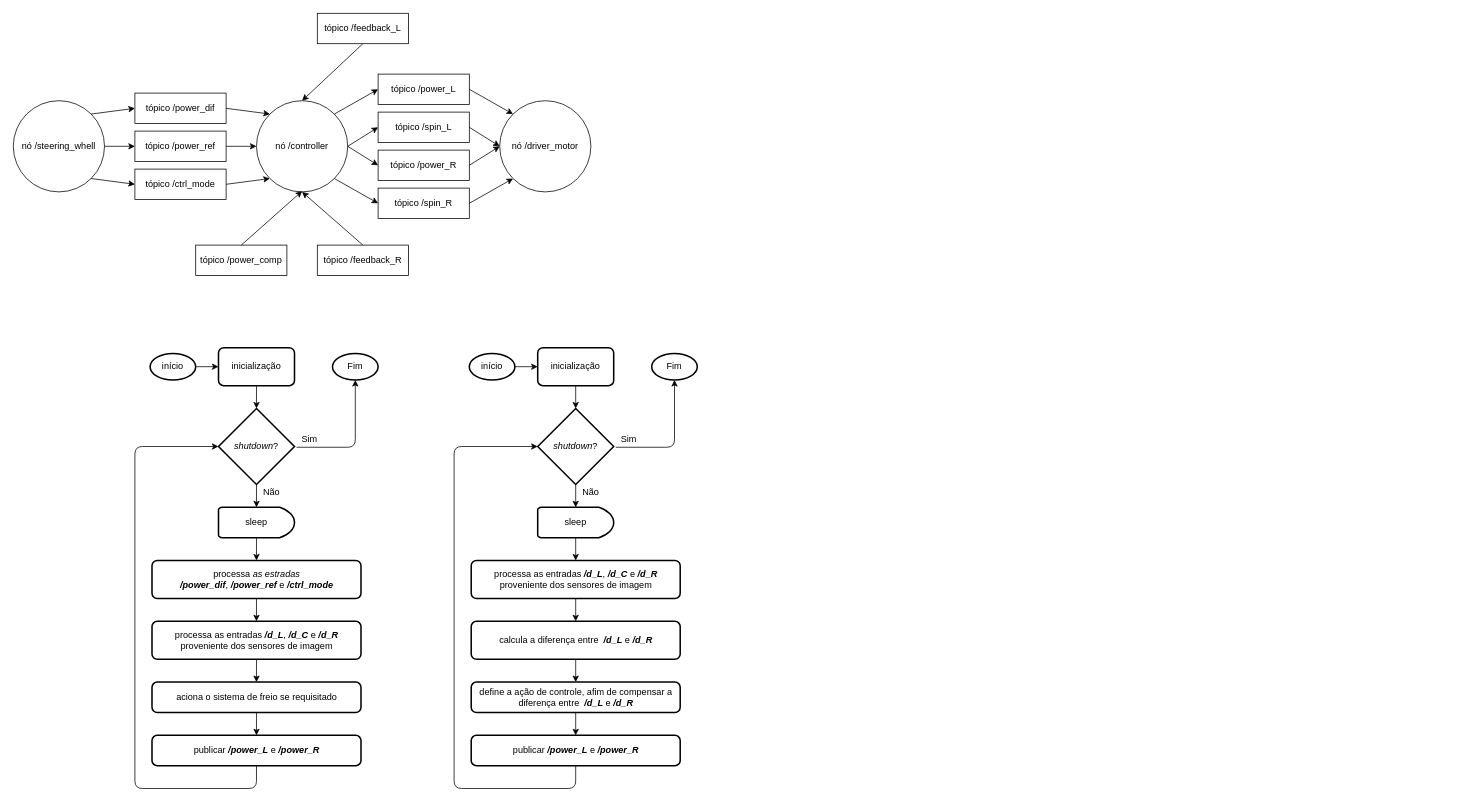
The draw.io diagram diagramas/diagrama_controlador.drawio in bydansouza/ifscTCC, before the edit. Source tidied: cells renumbered, new cells numbered last; positions are measured from the earlier drawing's top-left corner, leaving out a move shared by most shapes. Both pictures are drawn from the tidied source at 76%, with x=0, y=0 at pixel (13, 13).
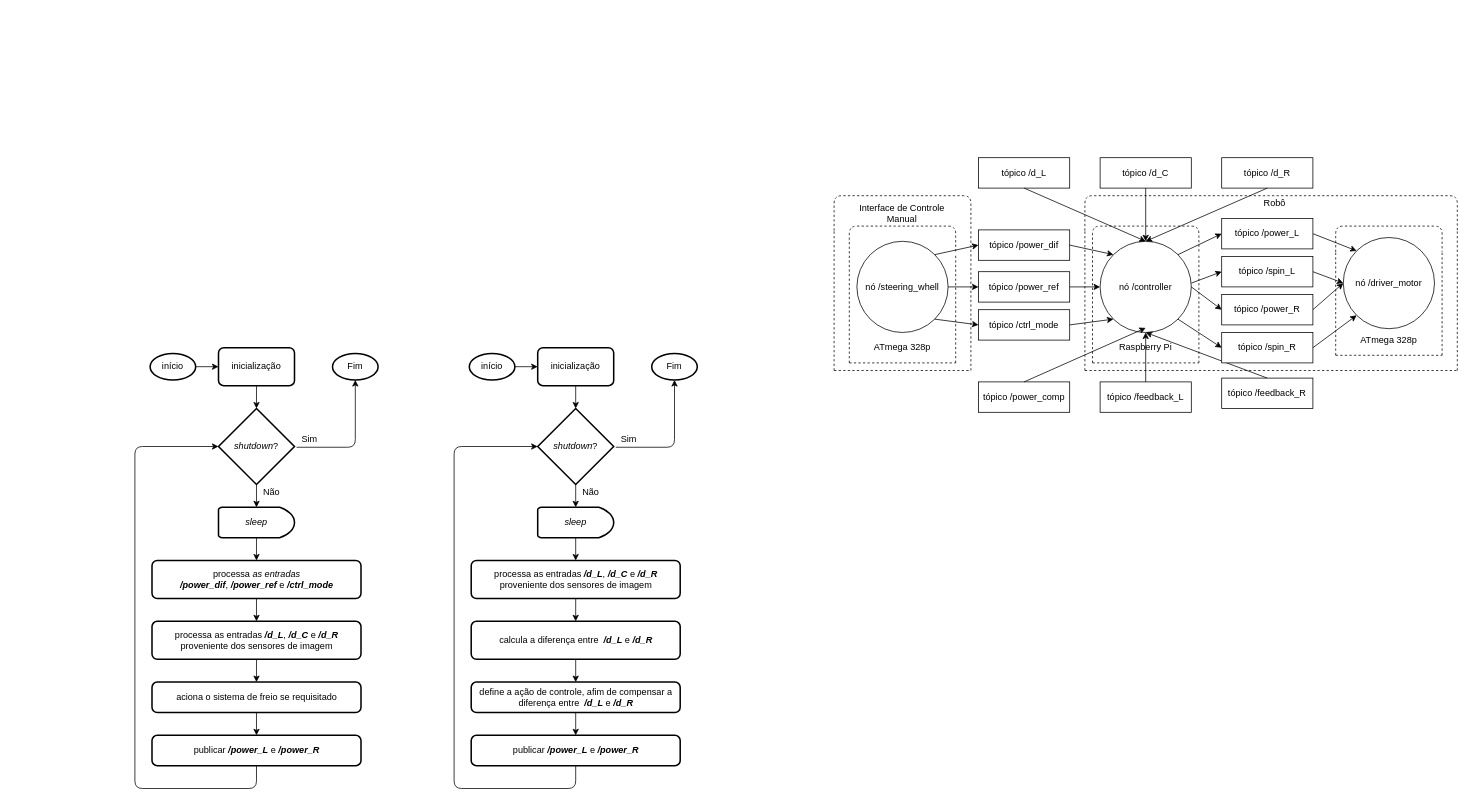
Above is the later version.

What changed in the source:
```diff
@@
     <mxCell id="2" value="nó /steering_whell" style="ellipse;whiteSpace=wrap;html=1;" parent="1" vertex="1">
-      <mxGeometry y="115" width="120" height="120" as="geometry" />
+      <mxGeometry x="1110" y="300" width="120" height="120" as="geometry" />
     </mxCell>
     <mxCell id="3" value="nó /controller" style="ellipse;whiteSpace=wrap;html=1;" parent="1" vertex="1">
-      <mxGeometry x="320" y="115" width="120" height="120" as="geometry" />
+      <mxGeometry x="1430" y="300" width="120" height="120" as="geometry" />
     </mxCell>
     <mxCell id="4" value="nó /driver_motor" style="ellipse;whiteSpace=wrap;html=1;" parent="1" vertex="1">
-      <mxGeometry x="640" y="115" width="120" height="120" as="geometry" />
+      <mxGeometry x="1750" y="295" width="120" height="120" as="geometry" />
     </mxCell>
     <mxCell id="5" value="tópico /power_ref" style="rounded=0;whiteSpace=wrap;html=1;" parent="1" vertex="1">
-      <mxGeometry x="160" y="155" width="120" height="40" as="geometry" />
+      <mxGeometry x="1270" y="340" width="120" height="40" as="geometry" />
     </mxCell>
     <mxCell id="6" value="tópico /power_dif" style="rounded=0;whiteSpace=wrap;html=1;" parent="1" vertex="1">
-      <mxGeometry x="160" y="105" width="120" height="40" as="geometry" />
+      <mxGeometry x="1270" y="285" width="120" height="40" as="geometry" />
     </mxCell>
     <mxCell id="7" value="tópico /ctrl_mode" style="rounded=0;whiteSpace=wrap;html=1;" parent="1" vertex="1">
-      <mxGeometry x="160" y="205" width="120" height="40" as="geometry" />
+      <mxGeometry x="1270" y="390" width="120" height="40" as="geometry" />
     </mxCell>
-    <mxCell id="8" value="tópico /power_L" style="rounded=0;whiteSpace=wrap;html=1;" parent="1" vertex="1">
-      <mxGeometry x="480" y="80" width="120" height="40" as="geometry" />
-    </mxCell>
-    <mxCell id="9" value="tópico /spin_L" style="rounded=0;whiteSpace=wrap;html=1;" parent="1" vertex="1">
-      <mxGeometry x="480" y="130" width="120" height="40" as="geometry" />
-    </mxCell>
-    <mxCell id="10" value="tópico /power_R" style="rounded=0;whiteSpace=wrap;html=1;" parent="1" vertex="1">
-      <mxGeometry x="480" y="180" width="120" height="40" as="geometry" />
-    </mxCell>
-    <mxCell id="11" value="tópico /spin_R" style="rounded=0;whiteSpace=wrap;html=1;" parent="1" vertex="1">
-      <mxGeometry x="480" y="230" width="120" height="40" as="geometry" />
-    </mxCell>
@@
     <mxCell id="21" style="endArrow=classic;html=1;entryX=0;entryY=0.5;entryDx=0;entryDy=0;" parent="1" edge="1" target="9">
       <mxGeometry relative="1" as="geometry">
-        <mxPoint x="440" y="175" as="sourcePoint" />
+        <mxPoint x="1550" y="355" as="sourcePoint" />
       </mxGeometry>
     </mxCell>
@@
     <mxCell id="26" value="tópico /power_comp" style="rounded=0;whiteSpace=wrap;html=1;" parent="1" vertex="1">
-      <mxGeometry x="240" y="305" width="120" height="40" as="geometry" />
+      <mxGeometry x="1270" y="485" width="120" height="40" as="geometry" />
     </mxCell>
     <mxCell id="27" style="endArrow=classic;html=1;exitX=0.5;exitY=0;exitDx=0;exitDy=0;" parent="1" edge="1" source="26">
       <mxGeometry relative="1" as="geometry">
-        <mxPoint x="380" y="234" as="targetPoint" />
+        <mxPoint x="1490" y="414" as="targetPoint" />
       </mxGeometry>
     </mxCell>
     <mxCell id="28" value="tópico /feedback_R" style="rounded=0;whiteSpace=wrap;html=1;" parent="1" vertex="1">
-      <mxGeometry x="400" y="305" width="120" height="40" as="geometry" />
+      <mxGeometry x="1590" y="480" width="120" height="40" as="geometry" />
     </mxCell>
@@
-    <mxCell id="30" value="tópico /feedback_L" style="rounded=0;whiteSpace=wrap;html=1;" parent="1" vertex="1">
-      <mxGeometry x="400" width="120" height="40" as="geometry" />
+    <mxCell id="30" value="tópico /d_R" style="rounded=0;whiteSpace=wrap;html=1;" parent="1" vertex="1">
+      <mxGeometry x="1590" y="190" width="120" height="40" as="geometry" />
     </mxCell>
@@
-    <mxCell id="32" value="sleep" style="strokeWidth=2;html=1;shape=mxgraph.flowchart.delay;whiteSpace=wrap;" parent="1" vertex="1">
+    <mxCell id="32" value="&lt;i&gt;sleep&lt;/i&gt;" style="strokeWidth=2;html=1;shape=mxgraph.flowchart.delay;whiteSpace=wrap;" parent="1" vertex="1">
       <mxGeometry x="270" y="650" width="100" height="40" as="geometry" />
     </mxCell>
@@
-    <mxCell id="34" value="&lt;div&gt;processa &lt;i&gt;as estradas &lt;br&gt;&lt;/i&gt;&lt;/div&gt;&lt;div&gt;&lt;b&gt;&lt;i&gt;/power_dif&lt;/i&gt;&lt;/b&gt;, &lt;b&gt;&lt;i&gt;/power_ref&lt;/i&gt;&lt;/b&gt; e &lt;b&gt;&lt;i&gt;/ctrl_mode&lt;/i&gt;&lt;/b&gt;&lt;/div&gt;" style="rounded=1;whiteSpace=wrap;html=1;absoluteArcSize=1;arcSize=14;strokeWidth=2;" parent="1" vertex="1">
+    <mxCell id="34" value="&lt;div&gt;processa &lt;i&gt;as entradas &lt;br&gt;&lt;/i&gt;&lt;/div&gt;&lt;div&gt;&lt;b&gt;&lt;i&gt;/power_dif&lt;/i&gt;&lt;/b&gt;, &lt;b&gt;&lt;i&gt;/power_ref&lt;/i&gt;&lt;/b&gt; e &lt;b&gt;&lt;i&gt;/ctrl_mode&lt;/i&gt;&lt;/b&gt;&lt;/div&gt;" style="rounded=1;whiteSpace=wrap;html=1;absoluteArcSize=1;arcSize=14;strokeWidth=2;" parent="1" vertex="1">
       <mxGeometry x="182.5" y="720" width="275" height="50" as="geometry" />
     </mxCell>
@@
-    <mxCell id="52" value="sleep" style="strokeWidth=2;html=1;shape=mxgraph.flowchart.delay;whiteSpace=wrap;" parent="1" vertex="1">
+    <mxCell id="52" value="&lt;i&gt;sleep&lt;/i&gt;" style="strokeWidth=2;html=1;shape=mxgraph.flowchart.delay;whiteSpace=wrap;" parent="1" vertex="1">
       <mxGeometry x="690" y="650" width="100" height="40" as="geometry" />
     </mxCell>
@@
+    <mxCell id="72" value="tópico /feedback_L" style="rounded=0;whiteSpace=wrap;html=1;" parent="1" vertex="1">
+      <mxGeometry x="1430" y="485" width="120" height="40" as="geometry" />
+    </mxCell>
+    <mxCell id="73" style="endArrow=classic;html=1;entryX=0.5;entryY=1;entryDx=0;entryDy=0;exitX=0.5;exitY=0;exitDx=0;exitDy=0;" parent="1" edge="1" source="72" target="3">
+      <mxGeometry relative="1" as="geometry" />
+    </mxCell>
+    <mxCell id="74" value="tópico /d_C" style="rounded=0;whiteSpace=wrap;html=1;" parent="1" vertex="1">
+      <mxGeometry x="1430" y="190" width="120" height="40" as="geometry" />
+    </mxCell>
+    <mxCell id="75" value="tópico /d_L" style="rounded=0;whiteSpace=wrap;html=1;" parent="1" vertex="1">
+      <mxGeometry x="1270" y="190" width="120" height="40" as="geometry" />
+    </mxCell>
+    <mxCell id="76" style="endArrow=classic;html=1;entryX=0.5;entryY=0;entryDx=0;entryDy=0;" parent="1" edge="1" source="74" target="3">
+      <mxGeometry relative="1" as="geometry" />
+    </mxCell>
+    <mxCell id="77" style="endArrow=classic;html=1;entryX=0.5;entryY=0;entryDx=0;entryDy=0;exitX=0.5;exitY=1;exitDx=0;exitDy=0;" parent="1" edge="1" source="75" target="3">
+      <mxGeometry relative="1" as="geometry" />
+    </mxCell>
+    <mxCell id="78" style="group;" parent="1" vertex="1">
+      <mxGeometry x="1420" y="280" width="140" height="180" as="geometry" />
+    </mxCell>
+    <mxCell id="79" style="endArrow=none;dashed=1;html=1;" parent="78" edge="1">
+      <mxGeometry relative="1" as="geometry">
+        <mxPoint y="36" as="sourcePoint" />
+        <mxPoint x="140" y="35.7" as="targetPoint" />
+        <Array as="points">
+          <mxPoint />
+          <mxPoint x="70" />
+          <mxPoint x="140" />
+        </Array>
+      </mxGeometry>
+    </mxCell>
+    <mxCell id="80" style="endArrow=none;dashed=1;html=1;" parent="78" edge="1">
+      <mxGeometry relative="1" as="geometry">
+        <mxPoint x="140" y="180" as="sourcePoint" />
+        <mxPoint x="140" y="36" as="targetPoint" />
+      </mxGeometry>
+    </mxCell>
+    <mxCell id="81" style="endArrow=none;dashed=1;html=1;" parent="78" edge="1">
+      <mxGeometry relative="1" as="geometry">
+        <mxPoint y="180" as="sourcePoint" />
+        <mxPoint x="140" y="180" as="targetPoint" />
+      </mxGeometry>
+    </mxCell>
+    <mxCell id="82" style="endArrow=none;dashed=1;html=1;" parent="78" edge="1">
+      <mxGeometry relative="1" as="geometry">
+        <mxPoint y="180" as="sourcePoint" />
+        <mxPoint y="36" as="targetPoint" />
+      </mxGeometry>
+    </mxCell>
+    <mxCell id="83" value="Raspberry Pi" style="text;html=1;strokeColor=none;fillColor=none;align=center;verticalAlign=middle;whiteSpace=wrap;rounded=0;" parent="78" vertex="1">
+      <mxGeometry x="15" y="150" width="110" height="18" as="geometry" />
+    </mxCell>
+    <mxCell id="84" style="group;" parent="1" vertex="1">
+      <mxGeometry x="1740" y="280" width="140" height="170" as="geometry" />
+    </mxCell>
+    <mxCell id="85" style="endArrow=none;dashed=1;html=1;" parent="84" edge="1">
+      <mxGeometry relative="1" as="geometry">
+        <mxPoint y="34" as="sourcePoint" />
+        <mxPoint x="140" y="33.8" as="targetPoint" />
+        <Array as="points">
+          <mxPoint />
+          <mxPoint x="70" />
+          <mxPoint x="140" />
+        </Array>
+      </mxGeometry>
+    </mxCell>
+    <mxCell id="86" style="endArrow=none;dashed=1;html=1;" parent="84" edge="1">
+      <mxGeometry relative="1" as="geometry">
+        <mxPoint x="140" y="170" as="sourcePoint" />
+        <mxPoint x="140" y="34" as="targetPoint" />
+      </mxGeometry>
+    </mxCell>
+    <mxCell id="87" style="endArrow=none;dashed=1;html=1;" parent="84" edge="1">
+      <mxGeometry relative="1" as="geometry">
+        <mxPoint y="170" as="sourcePoint" />
+        <mxPoint x="140" y="170" as="targetPoint" />
+      </mxGeometry>
+    </mxCell>
+    <mxCell id="88" style="endArrow=none;dashed=1;html=1;" parent="84" edge="1">
+      <mxGeometry relative="1" as="geometry">
+        <mxPoint y="170" as="sourcePoint" />
+        <mxPoint y="34" as="targetPoint" />
+      </mxGeometry>
+    </mxCell>
+    <mxCell id="89" value="ATmega 328p" style="text;html=1;strokeColor=none;fillColor=none;align=center;verticalAlign=middle;whiteSpace=wrap;rounded=0;" parent="84" vertex="1">
+      <mxGeometry x="15" y="140" width="110" height="20" as="geometry" />
+    </mxCell>
+    <mxCell id="90" style="group;" parent="1" vertex="1">
+      <mxGeometry x="1410" y="240" width="490" height="230" as="geometry" />
+    </mxCell>
+    <mxCell id="91" style="endArrow=none;dashed=1;html=1;" parent="90" edge="1">
+      <mxGeometry relative="1" as="geometry">
+        <mxPoint y="46" as="sourcePoint" />
+        <mxPoint x="490" y="45.7" as="targetPoint" />
+        <Array as="points">
+          <mxPoint />
+          <mxPoint x="245" />
+          <mxPoint x="490" />
+        </Array>
+      </mxGeometry>
+    </mxCell>
+    <mxCell id="92" style="endArrow=none;dashed=1;html=1;" parent="90" edge="1">
+      <mxGeometry relative="1" as="geometry">
+        <mxPoint x="490" y="230" as="sourcePoint" />
+        <mxPoint x="490" y="46" as="targetPoint" />
+      </mxGeometry>
+    </mxCell>
+    <mxCell id="93" style="endArrow=none;dashed=1;html=1;" parent="90" edge="1">
+      <mxGeometry relative="1" as="geometry">
+        <mxPoint y="230" as="sourcePoint" />
+        <mxPoint x="490" y="230" as="targetPoint" />
+      </mxGeometry>
+    </mxCell>
+    <mxCell id="94" style="endArrow=none;dashed=1;html=1;" parent="90" edge="1">
+      <mxGeometry relative="1" as="geometry">
+        <mxPoint y="230" as="sourcePoint" />
+        <mxPoint y="46" as="targetPoint" />
+      </mxGeometry>
+    </mxCell>
+    <mxCell id="95" value="Robô" style="text;html=1;strokeColor=none;fillColor=none;align=center;verticalAlign=middle;whiteSpace=wrap;rounded=0;" parent="90" vertex="1">
+      <mxGeometry x="230" width="40" height="20" as="geometry" />
+    </mxCell>
+    <mxCell id="11" value="tópico /spin_R" style="rounded=0;whiteSpace=wrap;html=1;" parent="90" vertex="1">
+      <mxGeometry x="180" y="180" width="120" height="40" as="geometry" />
+    </mxCell>
+    <mxCell id="10" value="tópico /power_R" style="rounded=0;whiteSpace=wrap;html=1;" parent="90" vertex="1">
+      <mxGeometry x="180" y="130" width="120" height="40" as="geometry" />
+    </mxCell>
+    <mxCell id="9" value="tópico /spin_L" style="rounded=0;whiteSpace=wrap;html=1;" parent="90" vertex="1">
+      <mxGeometry x="180" y="80" width="120" height="40" as="geometry" />
+    </mxCell>
+    <mxCell id="8" value="tópico /power_L" style="rounded=0;whiteSpace=wrap;html=1;" parent="90" vertex="1">
+      <mxGeometry x="180" y="30" width="120" height="40" as="geometry" />
+    </mxCell>
+    <mxCell id="96" style="group;" parent="1" vertex="1">
+      <mxGeometry x="1100" y="280" width="140" height="180" as="geometry" />
+    </mxCell>
+    <mxCell id="97" style="endArrow=none;dashed=1;html=1;" parent="96" edge="1">
+      <mxGeometry relative="1" as="geometry">
+        <mxPoint y="36" as="sourcePoint" />
+        <mxPoint x="140" y="35.7" as="targetPoint" />
+        <Array as="points">
+          <mxPoint />
+          <mxPoint x="70" />
+          <mxPoint x="140" />
+        </Array>
+      </mxGeometry>
+    </mxCell>
+    <mxCell id="98" style="endArrow=none;dashed=1;html=1;" parent="96" edge="1">
+      <mxGeometry relative="1" as="geometry">
+        <mxPoint x="140" y="180" as="sourcePoint" />
+        <mxPoint x="140" y="36" as="targetPoint" />
+      </mxGeometry>
+    </mxCell>
+    <mxCell id="99" style="endArrow=none;dashed=1;html=1;" parent="96" edge="1">
+      <mxGeometry relative="1" as="geometry">
+        <mxPoint y="180" as="sourcePoint" />
+        <mxPoint x="140" y="180" as="targetPoint" />
+      </mxGeometry>
+    </mxCell>
+    <mxCell id="100" style="endArrow=none;dashed=1;html=1;" parent="96" edge="1">
+      <mxGeometry relative="1" as="geometry">
+        <mxPoint y="180" as="sourcePoint" />
+        <mxPoint y="36" as="targetPoint" />
+      </mxGeometry>
+    </mxCell>
+    <mxCell id="101" value="ATmega 328p" style="text;html=1;strokeColor=none;fillColor=none;align=center;verticalAlign=middle;whiteSpace=wrap;rounded=0;" parent="96" vertex="1">
+      <mxGeometry x="15" y="150" width="110" height="20" as="geometry" />
+    </mxCell>
+    <mxCell id="102" style="group;" parent="1" vertex="1">
+      <mxGeometry x="1080" y="240" width="180" height="230" as="geometry" />
+    </mxCell>
+    <mxCell id="103" style="endArrow=none;dashed=1;html=1;" parent="102" edge="1">
+      <mxGeometry relative="1" as="geometry">
+        <mxPoint y="46" as="sourcePoint" />
+        <mxPoint x="180" y="45.7" as="targetPoint" />
+        <Array as="points">
+          <mxPoint />
+          <mxPoint x="90" />
+          <mxPoint x="180" />
+        </Array>
+      </mxGeometry>
+    </mxCell>
+    <mxCell id="104" style="endArrow=none;dashed=1;html=1;" parent="102" edge="1">
+      <mxGeometry relative="1" as="geometry">
+        <mxPoint x="180" y="230" as="sourcePoint" />
+        <mxPoint x="180" y="46" as="targetPoint" />
+      </mxGeometry>
+    </mxCell>
+    <mxCell id="105" style="endArrow=none;dashed=1;html=1;" parent="102" edge="1">
+      <mxGeometry relative="1" as="geometry">
+        <mxPoint y="230" as="sourcePoint" />
+        <mxPoint x="180" y="230" as="targetPoint" />
+      </mxGeometry>
+    </mxCell>
+    <mxCell id="106" style="endArrow=none;dashed=1;html=1;" parent="102" edge="1">
+      <mxGeometry relative="1" as="geometry">
+        <mxPoint y="230" as="sourcePoint" />
+        <mxPoint y="46" as="targetPoint" />
+      </mxGeometry>
+    </mxCell>
+    <mxCell id="107" value="Interface de Controle Manual" style="text;html=1;strokeColor=none;fillColor=none;align=center;verticalAlign=middle;whiteSpace=wrap;rounded=0;" parent="102" vertex="1">
+      <mxGeometry x="19.3" y="10.5" width="141.4" height="25.6" as="geometry" />
+    </mxCell>
```
